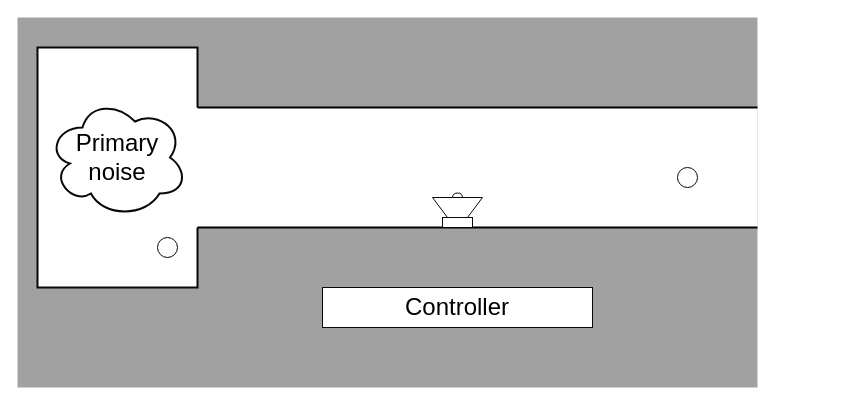
Above: feedforward.drawio in Aakee/ANC-figures (draw.io), before the change. Source tidied: cells renumbered, new cells numbered last; positions are measured from the earlier drawing's top-left corner, leaving out a move shared by most shapes. Both pictures are drawn from the tidied source at 100%, with x=0, y=0 at pixel (17, 17).
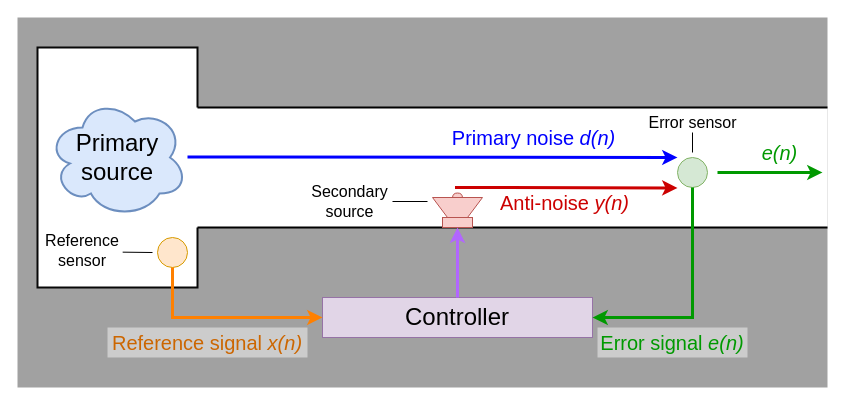
The same diagram, later.

What changed in the source:
```diff
@@
     <mxCell id="2" style="rounded=0;whiteSpace=wrap;html=1;strokeWidth=2;fillColor=#A1A1A1;strokeColor=none;" parent="1" vertex="1">
-      <mxGeometry width="740" height="370" as="geometry" />
+      <mxGeometry width="810" height="370" as="geometry" />
     </mxCell>
@@
     <mxCell id="4" style="rounded=0;whiteSpace=wrap;html=1;strokeColor=none;fillColor=#FFFFFF;" parent="1" vertex="1">
-      <mxGeometry x="170" y="90" width="570" height="120" as="geometry" />
+      <mxGeometry x="170" y="90" width="640" height="120" as="geometry" />
     </mxCell>
-    <mxCell id="5" style="endArrow=none;html=1;rounded=0;strokeWidth=2;" parent="1" edge="1">
+    <mxCell id="5" style="endArrow=none;html=1;rounded=0;strokeWidth=2;entryX=1;entryY=0;entryDx=0;entryDy=0;" parent="1" edge="1" target="4">
       <mxGeometry relative="1" as="geometry">
         <mxPoint x="180" y="90" as="sourcePoint" />
-        <mxPoint x="740" y="90" as="targetPoint" />
       </mxGeometry>
     </mxCell>
-    <mxCell id="6" style="endArrow=none;html=1;rounded=0;strokeWidth=2;" parent="1" edge="1">
+    <mxCell id="6" style="endArrow=none;html=1;rounded=0;strokeWidth=2;entryX=1;entryY=1;entryDx=0;entryDy=0;" parent="1" edge="1" target="4">
       <mxGeometry relative="1" as="geometry">
         <mxPoint x="180" y="210" as="sourcePoint" />
-        <mxPoint x="740" y="210" as="targetPoint" />
       </mxGeometry>
     </mxCell>
-    <mxCell id="7" value="&lt;font style=&quot;font-size: 24px;&quot;&gt;Primary noise&lt;/font&gt;" style="ellipse;shape=cloud;whiteSpace=wrap;html=1;strokeColor=#080808;strokeWidth=2;fillColor=#FFFFFF;" parent="1" vertex="1">
+    <mxCell id="7" value="&lt;font style=&quot;font-size: 24px;&quot;&gt;Primary source&lt;/font&gt;" style="ellipse;shape=cloud;whiteSpace=wrap;html=1;strokeColor=#6c8ebf;strokeWidth=2;fillColor=#dae8fc;" parent="1" vertex="1">
       <mxGeometry x="30" y="80" width="140" height="120" as="geometry" />
     </mxCell>
-    <mxCell id="8" style="ellipse;whiteSpace=wrap;html=1;strokeColor=#080808;strokeWidth=1;fontSize=24;fillColor=#FFFFFF;" parent="1" vertex="1">
-      <mxGeometry x="140" y="220" width="20" height="20" as="geometry" />
+    <mxCell id="8" style="ellipse;whiteSpace=wrap;html=1;strokeColor=#d79b00;strokeWidth=1;fontSize=24;fillColor=#ffe6cc;" parent="1" vertex="1">
+      <mxGeometry x="140" y="220" width="30" height="30" as="geometry" />
     </mxCell>
-    <mxCell id="9" style="ellipse;whiteSpace=wrap;html=1;strokeColor=#080808;strokeWidth=1;fontSize=24;fillColor=#FFFFFF;" parent="1" vertex="1">
-      <mxGeometry x="660" y="150" width="20" height="20" as="geometry" />
+    <mxCell id="9" style="ellipse;whiteSpace=wrap;html=1;strokeColor=#82b366;strokeWidth=1;fontSize=24;fillColor=#d5e8d4;" parent="1" vertex="1">
+      <mxGeometry x="660" y="140" width="30" height="30" as="geometry" />
     </mxCell>
-    <mxCell id="10" style="shape=or;whiteSpace=wrap;html=1;strokeColor=#080808;strokeWidth=1;fontSize=24;fillColor=#FFFFFF;rotation=-90;" parent="1" vertex="1">
+    <mxCell id="10" style="shape=or;whiteSpace=wrap;html=1;strokeColor=#b85450;strokeWidth=1;fontSize=24;fillColor=#f8cecc;rotation=-90;" parent="1" vertex="1">
       <mxGeometry x="437.5" y="173" width="5" height="10" as="geometry" />
     </mxCell>
-    <mxCell id="11" style="shape=trapezoid;perimeter=trapezoidPerimeter;whiteSpace=wrap;html=1;fixedSize=1;strokeColor=#080808;strokeWidth=1;fontSize=24;fillColor=#FFFFFF;rotation=-180;size=15;" parent="1" vertex="1">
+    <mxCell id="11" style="shape=trapezoid;perimeter=trapezoidPerimeter;whiteSpace=wrap;html=1;fixedSize=1;strokeColor=#b85450;strokeWidth=1;fontSize=24;fillColor=#f8cecc;rotation=-180;size=15;" parent="1" vertex="1">
       <mxGeometry x="415" y="180" width="50" height="20" as="geometry" />
     </mxCell>
-    <mxCell id="12" style="rounded=0;whiteSpace=wrap;html=1;strokeColor=#080808;strokeWidth=1;fontSize=24;fillColor=#FFFFFF;" parent="1" vertex="1">
+    <mxCell id="12" style="rounded=0;whiteSpace=wrap;html=1;strokeColor=#b85450;strokeWidth=1;fontSize=24;fillColor=#f8cecc;" parent="1" vertex="1">
       <mxGeometry x="425" y="200" width="30" height="10" as="geometry" />
     </mxCell>
-    <mxCell id="13" value="Controller" style="rounded=0;whiteSpace=wrap;html=1;strokeColor=#080808;strokeWidth=1;fontSize=24;fillColor=#FFFFFF;" parent="1" vertex="1">
-      <mxGeometry x="305" y="270" width="270" height="40" as="geometry" />
+    <mxCell id="13" value="Controller" style="rounded=0;whiteSpace=wrap;html=1;strokeColor=#9673a6;strokeWidth=1;fontSize=24;fillColor=#e1d5e7;" parent="1" vertex="1">
+      <mxGeometry x="305" y="280" width="270" height="40" as="geometry" />
     </mxCell>
+    <mxCell id="14" style="endArrow=classic;html=1;rounded=0;strokeWidth=3;strokeColor=#0000FF;" parent="1" edge="1">
+      <mxGeometry relative="1" as="geometry">
+        <mxPoint x="170" y="139.5" as="sourcePoint" />
+        <mxPoint x="660" y="140" as="targetPoint" />
+      </mxGeometry>
+    </mxCell>
+    <mxCell id="15" style="endArrow=classic;html=1;rounded=0;strokeColor=#CC0000;strokeWidth=3;" parent="1" edge="1">
+      <mxGeometry relative="1" as="geometry">
+        <mxPoint x="437.5" y="170" as="sourcePoint" />
+        <mxPoint x="660" y="170.5" as="targetPoint" />
+      </mxGeometry>
+    </mxCell>
+    <mxCell id="16" style="endArrow=classic;html=1;rounded=0;entryX=0.5;entryY=1;entryDx=0;entryDy=0;exitX=0.5;exitY=0;exitDx=0;exitDy=0;strokeColor=#B266FF;strokeWidth=3;" parent="1" edge="1" source="13" target="12">
+      <mxGeometry relative="1" as="geometry" />
+    </mxCell>
+    <mxCell id="17" style="endArrow=classic;html=1;rounded=0;entryX=0;entryY=0.5;entryDx=0;entryDy=0;strokeColor=#FF8000;strokeWidth=3;" parent="1" edge="1" target="13">
+      <mxGeometry relative="1" as="geometry">
+        <mxPoint x="155" y="250" as="sourcePoint" />
+        <Array as="points">
+          <mxPoint x="155" y="300" />
+        </Array>
+      </mxGeometry>
+    </mxCell>
+    <mxCell id="18" style="endArrow=classic;html=1;rounded=0;entryX=1;entryY=0.5;entryDx=0;entryDy=0;strokeWidth=3;strokeColor=#009900;" parent="1" edge="1" target="13">
+      <mxGeometry relative="1" as="geometry">
+        <mxPoint x="675" y="170" as="sourcePoint" />
+        <Array as="points">
+          <mxPoint x="675" y="300" />
+        </Array>
+      </mxGeometry>
+    </mxCell>
+    <mxCell id="19" value="&lt;font style=&quot;font-size: 20px;&quot; color=&quot;#0000ff&quot;&gt;Primary noise&lt;i&gt; d(n)&lt;/i&gt;&lt;/font&gt;" style="text;html=1;strokeColor=none;fillColor=none;align=center;verticalAlign=middle;whiteSpace=wrap;rounded=0;" parent="1" vertex="1">
+      <mxGeometry x="394" y="105" width="245" height="30" as="geometry" />
+    </mxCell>
+    <mxCell id="20" value="&lt;font style=&quot;font-size: 20px;&quot; color=&quot;#cc0000&quot;&gt;Anti-noise &lt;i&gt;y(n)&lt;/i&gt;&lt;/font&gt;" style="text;html=1;strokeColor=none;fillColor=none;align=center;verticalAlign=middle;whiteSpace=wrap;rounded=0;" parent="1" vertex="1">
+      <mxGeometry x="425" y="170" width="245" height="30" as="geometry" />
+    </mxCell>
+    <mxCell id="21" value="&lt;font style=&quot;font-size: 20px;&quot; color=&quot;#cc6600&quot;&gt;Reference signal&lt;i&gt; x(n)&lt;/i&gt;&lt;/font&gt;" style="text;html=1;strokeColor=none;fillColor=#CCCCCC;align=center;verticalAlign=middle;whiteSpace=wrap;rounded=0;" parent="1" vertex="1">
+      <mxGeometry x="90" y="310" width="200" height="30" as="geometry" />
+    </mxCell>
+    <mxCell id="22" value="&lt;font style=&quot;font-size: 20px;&quot; color=&quot;#009900&quot;&gt;Error signal&lt;i&gt; e(n)&lt;/i&gt;&lt;/font&gt;" style="text;html=1;strokeColor=none;fillColor=#CCCCCC;align=center;verticalAlign=middle;whiteSpace=wrap;rounded=0;" parent="1" vertex="1">
+      <mxGeometry x="580" y="310" width="150" height="30" as="geometry" />
+    </mxCell>
+    <mxCell id="23" value="&lt;font style=&quot;font-size: 16px;&quot;&gt;Error sensor&lt;br&gt;&lt;/font&gt;" style="rounded=0;whiteSpace=wrap;html=1;strokeColor=none;" parent="1" vertex="1">
+      <mxGeometry x="627.5" y="95" width="95" height="20" as="geometry" />
+    </mxCell>
+    <mxCell id="24" value="&lt;font style=&quot;font-size: 16px;&quot;&gt;Reference sensor&lt;br&gt;&lt;/font&gt;" style="rounded=0;whiteSpace=wrap;html=1;strokeColor=none;strokeWidth=1;" parent="1" vertex="1">
+      <mxGeometry x="25" y="215" width="80" height="35" as="geometry" />
+    </mxCell>
+    <mxCell id="25" value="&lt;font style=&quot;font-size: 16px;&quot;&gt;Secondary source&lt;font style=&quot;font-size: 16px;&quot;&gt;&lt;br&gt;&lt;/font&gt;&lt;/font&gt;" style="rounded=0;whiteSpace=wrap;html=1;strokeColor=none;" parent="1" vertex="1">
+      <mxGeometry x="290" y="165" width="85" height="38" as="geometry" />
+    </mxCell>
+    <mxCell id="26" style="endArrow=none;html=1;rounded=0;exitX=0.5;exitY=1;exitDx=0;exitDy=0;endFill=0;" parent="1" edge="1" source="23">
+      <mxGeometry relative="1" as="geometry">
+        <mxPoint x="675" y="135" as="targetPoint" />
+      </mxGeometry>
+    </mxCell>
+    <mxCell id="27" style="endArrow=none;html=1;rounded=0;exitX=1.002;exitY=0.562;exitDx=0;exitDy=0;exitPerimeter=0;endFill=0;" parent="1" edge="1" source="24">
+      <mxGeometry relative="1" as="geometry">
+        <mxPoint x="135" y="235" as="targetPoint" />
+      </mxGeometry>
+    </mxCell>
+    <mxCell id="28" style="endArrow=none;html=1;rounded=0;exitX=1;exitY=0.5;exitDx=0;exitDy=0;endFill=0;" parent="1" edge="1" source="25">
+      <mxGeometry relative="1" as="geometry">
+        <mxPoint x="410" y="184" as="targetPoint" />
+      </mxGeometry>
+    </mxCell>
+    <mxCell id="29" style="endArrow=classic;html=1;rounded=0;strokeWidth=3;strokeColor=#009900;" parent="1" edge="1">
+      <mxGeometry relative="1" as="geometry">
+        <mxPoint x="700" y="155" as="sourcePoint" />
+        <mxPoint x="805" y="155" as="targetPoint" />
+      </mxGeometry>
+    </mxCell>
+    <mxCell id="30" value="&lt;i&gt;&lt;font style=&quot;font-size: 20px;&quot; color=&quot;#009900&quot;&gt;e(n)&lt;/font&gt;&lt;/i&gt;" style="text;html=1;strokeColor=none;fillColor=none;align=center;verticalAlign=middle;whiteSpace=wrap;rounded=0;" parent="1" vertex="1">
+      <mxGeometry x="735" y="120" width="55" height="30" as="geometry" />
+    </mxCell>
```
